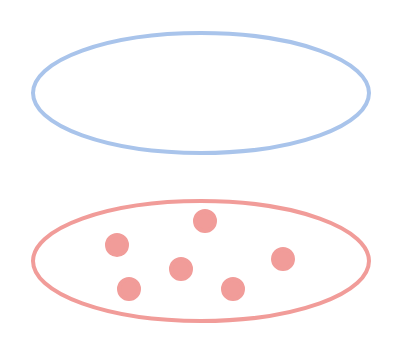
Before: principle.drawio in pemywei/basic-encoder-decoder, a draw.io diagram. Source tidied: cells renumbered, new cells numbered last; positions are measured from the earlier drawing's top-left corner, leaving out a move shared by most shapes. Both pictures are drawn from the tidied source at 200%, with x=0, y=0 at pixel (32, 32).
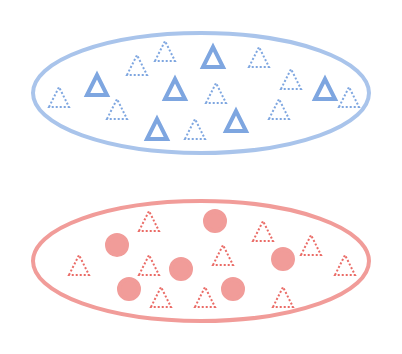
The same page after the edit.

The edit, as a diff of the source:
```diff
@@
     <mxCell id="5" style="ellipse;whiteSpace=wrap;html=1;strokeColor=#F19C99;strokeWidth=2;fillColor=#F19C99;" parent="1" vertex="1">
-      <mxGeometry x="81" y="89" width="10" height="10" as="geometry" />
+      <mxGeometry x="86" y="89" width="10" height="10" as="geometry" />
     </mxCell>
@@
+    <mxCell id="10" style="triangle;whiteSpace=wrap;html=1;strokeColor=#7EA6E0;strokeWidth=1;fillColor=none;rotation=-90;dashed=1;dashPattern=1 1;" parent="1" vertex="1">
+      <mxGeometry x="108" y="7" width="10" height="10" as="geometry" />
+    </mxCell>
+    <mxCell id="11" style="triangle;whiteSpace=wrap;html=1;strokeColor=#7EA6E0;strokeWidth=1;fillColor=none;rotation=-90;dashed=1;dashPattern=1 1;" parent="1" vertex="1">
+      <mxGeometry x="118" y="33" width="10" height="10" as="geometry" />
+    </mxCell>
+    <mxCell id="12" style="triangle;whiteSpace=wrap;html=1;strokeColor=#7EA6E0;strokeWidth=1;fillColor=none;rotation=-90;dashed=1;dashPattern=1 1;" parent="1" vertex="1">
+      <mxGeometry x="86.5" y="25" width="10" height="10" as="geometry" />
+    </mxCell>
+    <mxCell id="13" style="triangle;whiteSpace=wrap;html=1;strokeColor=#7EA6E0;strokeWidth=1;fillColor=none;rotation=-90;dashed=1;dashPattern=1 1;" parent="1" vertex="1">
+      <mxGeometry x="76" y="43" width="10" height="10" as="geometry" />
+    </mxCell>
+    <mxCell id="14" style="triangle;whiteSpace=wrap;html=1;strokeColor=#7EA6E0;strokeWidth=1;fillColor=none;rotation=-90;dashed=1;dashPattern=1 1;" parent="1" vertex="1">
+      <mxGeometry x="37" y="33" width="10" height="10" as="geometry" />
+    </mxCell>
+    <mxCell id="15" style="triangle;whiteSpace=wrap;html=1;strokeColor=#7EA6E0;strokeWidth=1;fillColor=none;rotation=-90;dashed=1;dashPattern=1 1;" parent="1" vertex="1">
+      <mxGeometry x="47" y="11" width="10" height="10" as="geometry" />
+    </mxCell>
+    <mxCell id="16" style="triangle;whiteSpace=wrap;html=1;strokeColor=#7EA6E0;strokeWidth=1;fillColor=none;rotation=-90;dashed=1;dashPattern=1 1;" parent="1" vertex="1">
+      <mxGeometry x="61" y="4" width="10" height="10" as="geometry" />
+    </mxCell>
+    <mxCell id="17" style="triangle;whiteSpace=wrap;html=1;strokeColor=#7EA6E0;strokeWidth=1;fillColor=none;rotation=-90;dashed=1;dashPattern=1 1;" parent="1" vertex="1">
+      <mxGeometry x="8" y="27" width="10" height="10" as="geometry" />
+    </mxCell>
+    <mxCell id="18" style="triangle;whiteSpace=wrap;html=1;strokeColor=#7EA6E0;strokeWidth=1;fillColor=none;rotation=-90;dashed=1;dashPattern=1 1;" parent="1" vertex="1">
+      <mxGeometry x="124" y="18" width="10" height="10" as="geometry" />
+    </mxCell>
+    <mxCell id="19" style="triangle;whiteSpace=wrap;html=1;strokeColor=#7EA6E0;strokeWidth=1;fillColor=none;rotation=-90;dashed=1;dashPattern=1 1;" parent="1" vertex="1">
+      <mxGeometry x="153" y="27" width="10" height="10" as="geometry" />
+    </mxCell>
+    <mxCell id="20" style="triangle;whiteSpace=wrap;html=1;strokeColor=#EA6B66;strokeWidth=1;fillColor=none;rotation=-90;dashed=1;dashPattern=1 1;" parent="1" vertex="1">
+      <mxGeometry x="110" y="94" width="10" height="10" as="geometry" />
+    </mxCell>
+    <mxCell id="21" style="triangle;whiteSpace=wrap;html=1;strokeColor=#EA6B66;strokeWidth=1;fillColor=none;rotation=-90;dashed=1;dashPattern=1 1;" parent="1" vertex="1">
+      <mxGeometry x="134" y="101" width="10" height="10" as="geometry" />
+    </mxCell>
+    <mxCell id="22" style="triangle;whiteSpace=wrap;html=1;strokeColor=#EA6B66;strokeWidth=1;fillColor=none;rotation=-90;dashed=1;dashPattern=1 1;" parent="1" vertex="1">
+      <mxGeometry x="151" y="111" width="10" height="10" as="geometry" />
+    </mxCell>
+    <mxCell id="23" style="triangle;whiteSpace=wrap;html=1;strokeColor=#EA6B66;strokeWidth=1;fillColor=none;rotation=-90;dashed=1;dashPattern=1 1;" parent="1" vertex="1">
+      <mxGeometry x="120" y="127" width="10" height="10" as="geometry" />
+    </mxCell>
+    <mxCell id="24" style="triangle;whiteSpace=wrap;html=1;strokeColor=#EA6B66;strokeWidth=1;fillColor=none;rotation=-90;dashed=1;dashPattern=1 1;" parent="1" vertex="1">
+      <mxGeometry x="90" y="106" width="10" height="10" as="geometry" />
+    </mxCell>
+    <mxCell id="25" style="triangle;whiteSpace=wrap;html=1;strokeColor=#EA6B66;strokeWidth=1;fillColor=none;rotation=-90;dashed=1;dashPattern=1 1;" parent="1" vertex="1">
+      <mxGeometry x="81" y="127" width="10" height="10" as="geometry" />
+    </mxCell>
+    <mxCell id="26" style="triangle;whiteSpace=wrap;html=1;strokeColor=#EA6B66;strokeWidth=1;fillColor=none;rotation=-90;dashed=1;dashPattern=1 1;" parent="1" vertex="1">
+      <mxGeometry x="18" y="111" width="10" height="10" as="geometry" />
+    </mxCell>
+    <mxCell id="27" style="triangle;whiteSpace=wrap;html=1;strokeColor=#EA6B66;strokeWidth=1;fillColor=none;rotation=-90;dashed=1;dashPattern=1 1;" parent="1" vertex="1">
+      <mxGeometry x="53" y="89" width="10" height="10" as="geometry" />
+    </mxCell>
+    <mxCell id="28" style="triangle;whiteSpace=wrap;html=1;strokeColor=#EA6B66;strokeWidth=1;fillColor=none;rotation=-90;dashed=1;dashPattern=1 1;" parent="1" vertex="1">
+      <mxGeometry x="59" y="127" width="10" height="10" as="geometry" />
+    </mxCell>
+    <mxCell id="29" style="triangle;whiteSpace=wrap;html=1;strokeColor=#EA6B66;strokeWidth=1;fillColor=none;rotation=-90;dashed=1;dashPattern=1 1;" parent="1" vertex="1">
+      <mxGeometry x="53" y="111" width="10" height="10" as="geometry" />
+    </mxCell>
+    <mxCell id="30" style="triangle;whiteSpace=wrap;html=1;strokeColor=#7EA6E0;strokeWidth=2;fillColor=none;rotation=-90;" parent="1" vertex="1">
+      <mxGeometry x="27" y="21" width="10" height="10" as="geometry" />
+    </mxCell>
+    <mxCell id="31" style="triangle;whiteSpace=wrap;html=1;strokeColor=#7EA6E0;strokeWidth=2;fillColor=none;rotation=-90;" parent="1" vertex="1">
+      <mxGeometry x="85" y="7" width="10" height="10" as="geometry" />
+    </mxCell>
+    <mxCell id="32" style="triangle;whiteSpace=wrap;html=1;strokeColor=#7EA6E0;strokeWidth=2;fillColor=none;rotation=-90;" parent="1" vertex="1">
+      <mxGeometry x="66" y="23" width="10" height="10" as="geometry" />
+    </mxCell>
+    <mxCell id="33" style="triangle;whiteSpace=wrap;html=1;strokeColor=#7EA6E0;strokeWidth=2;fillColor=none;rotation=-90;" parent="1" vertex="1">
+      <mxGeometry x="57" y="43" width="10" height="10" as="geometry" />
+    </mxCell>
+    <mxCell id="34" style="triangle;whiteSpace=wrap;html=1;strokeColor=#7EA6E0;strokeWidth=2;fillColor=none;rotation=-90;" parent="1" vertex="1">
+      <mxGeometry x="96.5" y="39" width="10" height="10" as="geometry" />
+    </mxCell>
+    <mxCell id="35" style="triangle;whiteSpace=wrap;html=1;strokeColor=#7EA6E0;strokeWidth=2;fillColor=none;rotation=-90;" parent="1" vertex="1">
+      <mxGeometry x="141" y="23" width="10" height="10" as="geometry" />
+    </mxCell>
```
